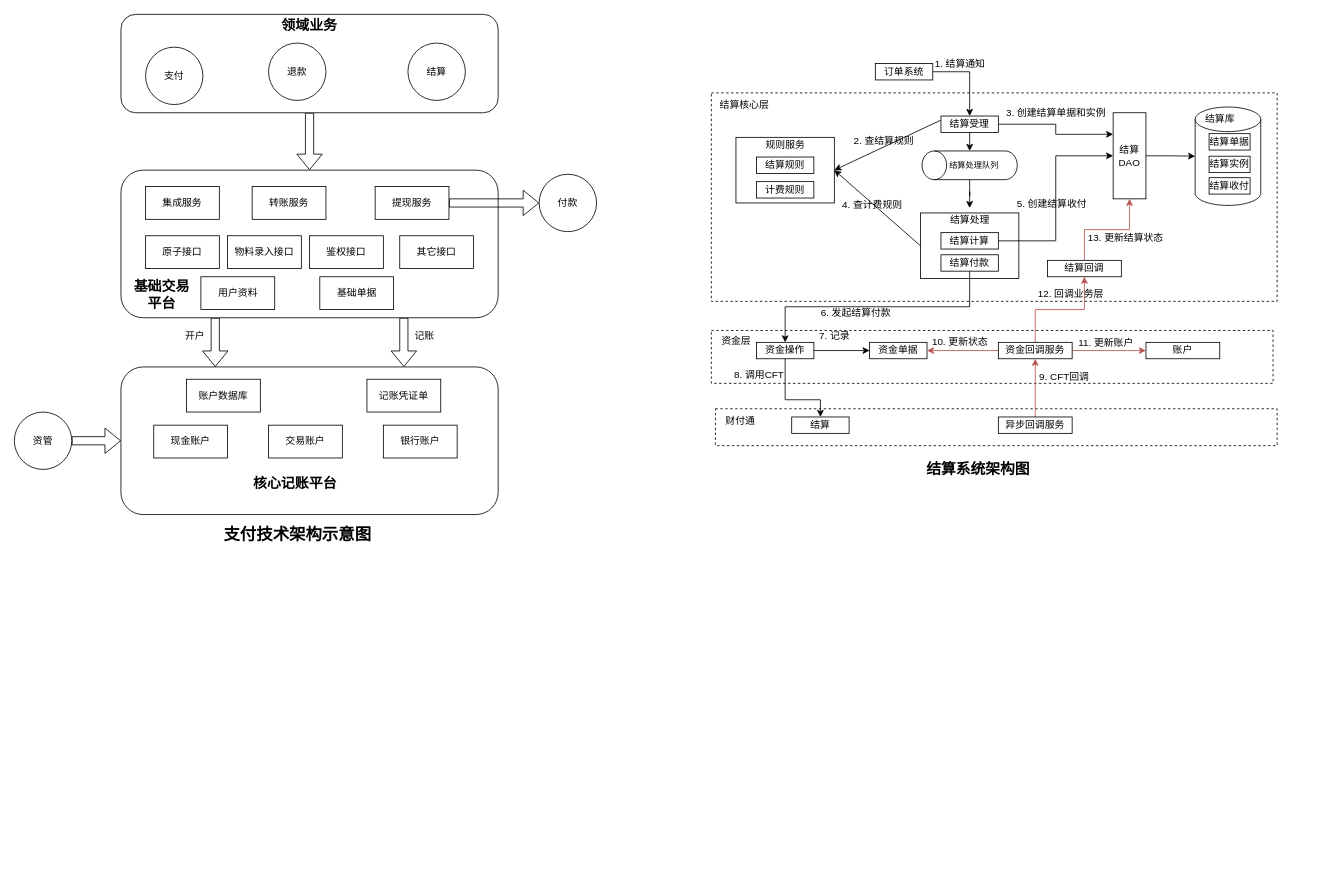
The draw.io diagram 支付领域.drawio in zhufuyin/draw, before the edit. Source tidied: cells renumbered, new cells numbered last; positions are measured from the earlier drawing's top-left corner, leaving out a move shared by most shapes. Both pictures are drawn from the tidied source at 82%, with x=0, y=0 at pixel (14, 14).
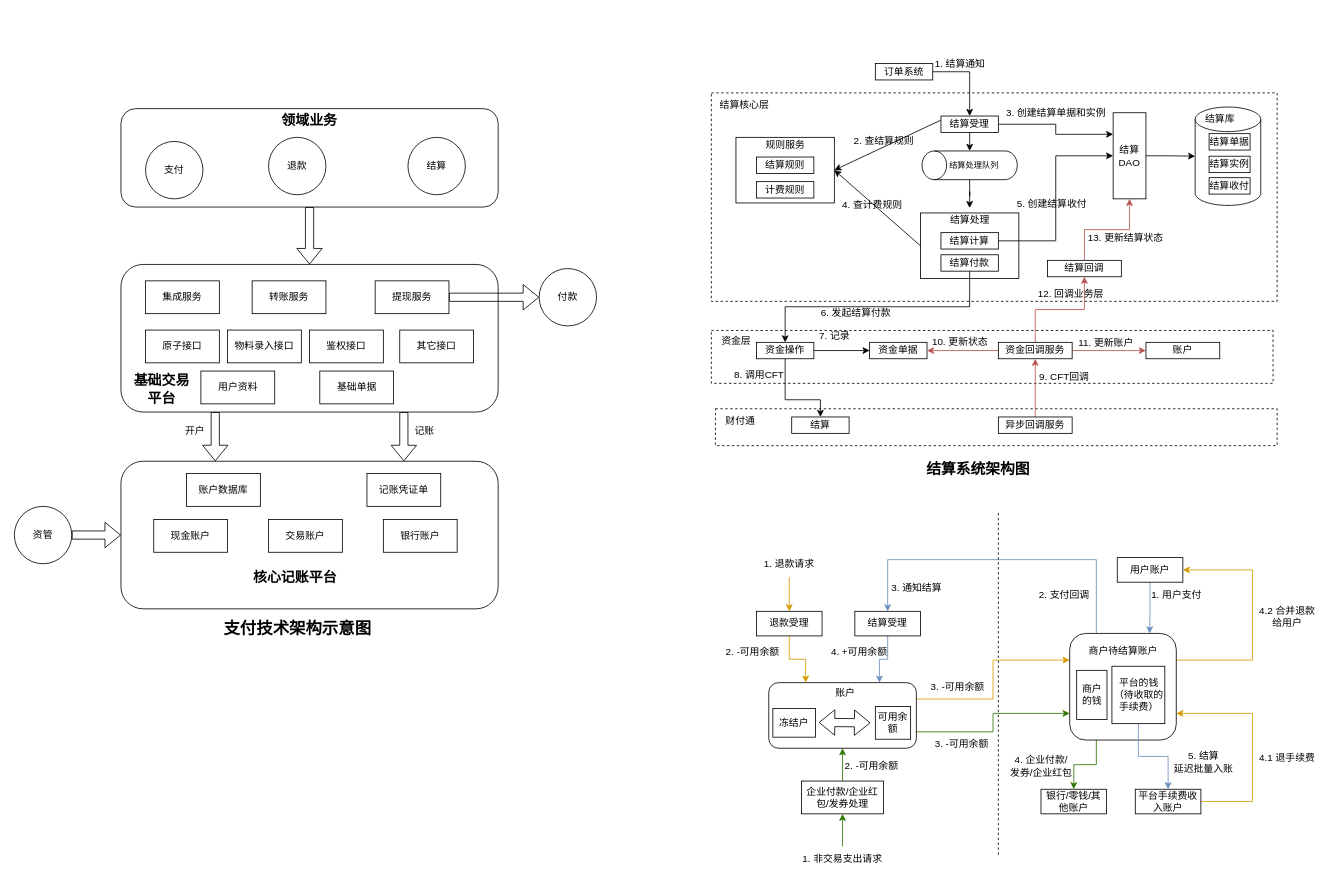
After the change.

Commit message (it also covers changes not shown here):
更新支付领域.drawio

The edit, as a diff of the source:
```diff
@@
     <mxCell id="6" style="rounded=1;whiteSpace=wrap;html=1;" parent="1" vertex="1">
-      <mxGeometry x="130" width="460" height="120" as="geometry" />
+      <mxGeometry x="130" y="115" width="460" height="120" as="geometry" />
     </mxCell>
     <mxCell id="7" value="支付" style="ellipse;whiteSpace=wrap;html=1;" parent="1" vertex="1">
-      <mxGeometry x="160" y="40" width="70" height="70" as="geometry" />
+      <mxGeometry x="160" y="155" width="70" height="70" as="geometry" />
     </mxCell>
     <mxCell id="8" value="退款" style="ellipse;whiteSpace=wrap;html=1;" parent="1" vertex="1">
-      <mxGeometry x="310" y="35" width="70" height="70" as="geometry" />
+      <mxGeometry x="310" y="150" width="70" height="70" as="geometry" />
     </mxCell>
     <mxCell id="9" value="结算" style="ellipse;whiteSpace=wrap;html=1;" parent="1" vertex="1">
-      <mxGeometry x="480" y="35" width="70" height="70" as="geometry" />
+      <mxGeometry x="480" y="150" width="70" height="70" as="geometry" />
     </mxCell>
@@
     <mxCell id="12" style="rounded=1;whiteSpace=wrap;html=1;" parent="1" vertex="1">
-      <mxGeometry x="130" y="190" width="460" height="180" as="geometry" />
+      <mxGeometry x="130" y="305" width="460" height="180" as="geometry" />
     </mxCell>
     <mxCell id="13" value="集成服务" style="rounded=0;whiteSpace=wrap;html=1;" parent="1" vertex="1">
-      <mxGeometry x="160" y="210" width="90" height="40" as="geometry" />
+      <mxGeometry x="160" y="325" width="90" height="40" as="geometry" />
     </mxCell>
     <mxCell id="14" value="转账服务" style="rounded=0;whiteSpace=wrap;html=1;" parent="1" vertex="1">
-      <mxGeometry x="290" y="210" width="90" height="40" as="geometry" />
+      <mxGeometry x="290" y="325" width="90" height="40" as="geometry" />
     </mxCell>
@@
     <mxCell id="16" value="提现服务" style="rounded=0;whiteSpace=wrap;html=1;" parent="1" vertex="1">
-      <mxGeometry x="440" y="210" width="90" height="40" as="geometry" />
+      <mxGeometry x="440" y="325" width="90" height="40" as="geometry" />
     </mxCell>
     <mxCell id="17" value="原子接口" style="rounded=0;whiteSpace=wrap;html=1;" parent="1" vertex="1">
-      <mxGeometry x="160" y="270" width="90" height="40" as="geometry" />
+      <mxGeometry x="160" y="385" width="90" height="40" as="geometry" />
     </mxCell>
     <mxCell id="18" value="物料录入接口" style="rounded=0;whiteSpace=wrap;html=1;" parent="1" vertex="1">
-      <mxGeometry x="260" y="270" width="90" height="40" as="geometry" />
+      <mxGeometry x="260" y="385" width="90" height="40" as="geometry" />
     </mxCell>
     <mxCell id="19" value="鉴权接口" style="rounded=0;whiteSpace=wrap;html=1;" parent="1" vertex="1">
-      <mxGeometry x="360" y="270" width="90" height="40" as="geometry" />
+      <mxGeometry x="360" y="385" width="90" height="40" as="geometry" />
     </mxCell>
     <mxCell id="20" value="其它接口" style="rounded=0;whiteSpace=wrap;html=1;" parent="1" vertex="1">
-      <mxGeometry x="470" y="270" width="90" height="40" as="geometry" />
+      <mxGeometry x="470" y="385" width="90" height="40" as="geometry" />
     </mxCell>
     <mxCell id="21" value="用户资料" style="rounded=0;whiteSpace=wrap;html=1;" parent="1" vertex="1">
-      <mxGeometry x="227.5" y="320" width="90" height="40" as="geometry" />
+      <mxGeometry x="227.5" y="435" width="90" height="40" as="geometry" />
     </mxCell>
     <mxCell id="22" value="基础单据" style="rounded=0;whiteSpace=wrap;html=1;" parent="1" vertex="1">
-      <mxGeometry x="372.5" y="320" width="90" height="40" as="geometry" />
+      <mxGeometry x="372.5" y="435" width="90" height="40" as="geometry" />
     </mxCell>
     <mxCell id="23" style="rounded=1;whiteSpace=wrap;html=1;" parent="1" vertex="1">
-      <mxGeometry x="130" y="430" width="460" height="180" as="geometry" />
+      <mxGeometry x="130" y="545" width="460" height="180" as="geometry" />
     </mxCell>
     <mxCell id="24" value="账户数据库" style="rounded=0;whiteSpace=wrap;html=1;" parent="1" vertex="1">
-      <mxGeometry x="210" y="445" width="90" height="40" as="geometry" />
+      <mxGeometry x="210" y="560" width="90" height="40" as="geometry" />
     </mxCell>
     <mxCell id="25" value="记账凭证单" style="rounded=0;whiteSpace=wrap;html=1;" parent="1" vertex="1">
-      <mxGeometry x="430" y="445" width="90" height="40" as="geometry" />
+      <mxGeometry x="430" y="560" width="90" height="40" as="geometry" />
     </mxCell>
     <mxCell id="26" value="现金账户" style="rounded=0;whiteSpace=wrap;html=1;" parent="1" vertex="1">
-      <mxGeometry x="170" y="501" width="90" height="40" as="geometry" />
+      <mxGeometry x="170" y="616" width="90" height="40" as="geometry" />
     </mxCell>
     <mxCell id="27" value="交易账户" style="rounded=0;whiteSpace=wrap;html=1;" parent="1" vertex="1">
-      <mxGeometry x="310" y="501" width="90" height="40" as="geometry" />
+      <mxGeometry x="310" y="616" width="90" height="40" as="geometry" />
     </mxCell>
     <mxCell id="28" value="银行账户" style="rounded=0;whiteSpace=wrap;html=1;" parent="1" vertex="1">
-      <mxGeometry x="450" y="501" width="90" height="40" as="geometry" />
+      <mxGeometry x="450" y="616" width="90" height="40" as="geometry" />
     </mxCell>
     <mxCell id="29" value="&lt;b&gt;&lt;font style=&quot;font-size: 17px;&quot;&gt;领域业务&lt;/font&gt;&lt;/b&gt;" style="text;html=1;align=center;verticalAlign=middle;whiteSpace=wrap;rounded=0;" parent="1" vertex="1">
-      <mxGeometry x="315" width="90" height="30" as="geometry" />
+      <mxGeometry x="315" y="115" width="90" height="30" as="geometry" />
     </mxCell>
     <mxCell id="30" value="开户" style="text;html=1;align=center;verticalAlign=middle;strokeColor=none;fillColor=none;" parent="1" vertex="1">
-      <mxGeometry x="195" y="378" width="50" height="30" as="geometry" />
+      <mxGeometry x="195" y="493" width="50" height="30" as="geometry" />
     </mxCell>
     <mxCell id="31" value="记账" style="text;html=1;align=center;verticalAlign=middle;strokeColor=none;fillColor=none;" parent="1" vertex="1">
-      <mxGeometry x="475" y="378" width="50" height="30" as="geometry" />
+      <mxGeometry x="475" y="493" width="50" height="30" as="geometry" />
     </mxCell>
     <mxCell id="32" value="&lt;b&gt;&lt;font style=&quot;font-size: 17px;&quot;&gt;基础交易平台&lt;/font&gt;&lt;/b&gt;" style="text;html=1;align=center;verticalAlign=middle;whiteSpace=wrap;rounded=0;" parent="1" vertex="1">
-      <mxGeometry x="140" y="320" width="80" height="45" as="geometry" />
+      <mxGeometry x="140" y="435" width="80" height="45" as="geometry" />
     </mxCell>
     <mxCell id="33" value="&lt;b&gt;&lt;font style=&quot;font-size: 17px;&quot;&gt;核心记账平台&lt;/font&gt;&lt;/b&gt;" style="text;html=1;align=center;verticalAlign=middle;whiteSpace=wrap;rounded=0;" parent="1" vertex="1">
-      <mxGeometry x="265" y="550" width="155" height="45" as="geometry" />
+      <mxGeometry x="265" y="665" width="155" height="45" as="geometry" />
     </mxCell>
@@
     <mxCell id="35" value="资管" style="ellipse;whiteSpace=wrap;html=1;" parent="1" vertex="1">
-      <mxGeometry y="485" width="70" height="70" as="geometry" />
+      <mxGeometry y="600" width="70" height="70" as="geometry" />
     </mxCell>
     <mxCell id="36" value="付款" style="ellipse;whiteSpace=wrap;html=1;" parent="1" vertex="1">
-      <mxGeometry x="640" y="195" width="70" height="70" as="geometry" />
+      <mxGeometry x="640" y="310" width="70" height="70" as="geometry" />
     </mxCell>
     <mxCell id="37" value="&lt;b&gt;&lt;font style=&quot;font-size: 20px;&quot;&gt;支付技术架构示意图&lt;/font&gt;&lt;/b&gt;" style="text;html=1;align=center;verticalAlign=middle;strokeColor=none;fillColor=none;" parent="1" vertex="1">
-      <mxGeometry x="245" y="613" width="200" height="40" as="geometry" />
+      <mxGeometry x="245" y="728" width="200" height="40" as="geometry" />
     </mxCell>
@@
+    <mxCell id="96" style="edgeStyle=orthogonalEdgeStyle;rounded=0;jettySize=auto;html=1;exitX=0.25;exitY=1;exitDx=0;exitDy=0;entryX=0.5;entryY=0;entryDx=0;entryDy=0;fillColor=#60a917;strokeColor=#2D7600;" parent="1" edge="1" source="99" target="117">
+      <mxGeometry relative="1" as="geometry" />
+    </mxCell>
+    <mxCell id="97" style="edgeStyle=orthogonalEdgeStyle;rounded=0;jettySize=auto;html=1;exitX=1;exitY=0.25;exitDx=0;exitDy=0;entryX=1;entryY=0.5;entryDx=0;entryDy=0;fillColor=#ffe6cc;strokeColor=#d79b00;" parent="1" edge="1" source="99" target="104">
+      <mxGeometry relative="1" as="geometry">
+        <Array as="points">
+          <mxPoint x="1510" y="788" />
+          <mxPoint x="1510" y="678" />
+        </Array>
+      </mxGeometry>
+    </mxCell>
+    <mxCell id="98" style="edgeStyle=orthogonalEdgeStyle;rounded=0;jettySize=auto;html=1;exitX=0.25;exitY=0;exitDx=0;exitDy=0;entryX=0.5;entryY=0;entryDx=0;entryDy=0;fillColor=#dae8fc;strokeColor=#6c8ebf;" parent="1" edge="1" source="99" target="127">
+      <mxGeometry relative="1" as="geometry">
+        <Array as="points">
+          <mxPoint x="1320" y="665" />
+          <mxPoint x="1065" y="665" />
+        </Array>
+      </mxGeometry>
+    </mxCell>
+    <mxCell id="99" style="rounded=1;whiteSpace=wrap;html=1;" parent="1" vertex="1">
+      <mxGeometry x="1287" y="755" width="130" height="130" as="geometry" />
+    </mxCell>
+    <mxCell id="100" value="商户&lt;div&gt;的钱&lt;/div&gt;" style="rounded=0;whiteSpace=wrap;html=1;" parent="1" vertex="1">
+      <mxGeometry x="1295.5" y="800" width="37" height="60" as="geometry" />
+    </mxCell>
+    <mxCell id="101" style="edgeStyle=orthogonalEdgeStyle;rounded=0;jettySize=auto;html=1;exitX=0.5;exitY=1;exitDx=0;exitDy=0;entryX=0.5;entryY=0;entryDx=0;entryDy=0;fillColor=#dae8fc;strokeColor=#6c8ebf;" parent="1" edge="1" source="102" target="106">
+      <mxGeometry relative="1" as="geometry" />
+    </mxCell>
+    <mxCell id="102" value="平台的钱（待收取的手续费）" style="rounded=0;whiteSpace=wrap;html=1;" parent="1" vertex="1">
+      <mxGeometry x="1338.5" y="795" width="64.5" height="70" as="geometry" />
+    </mxCell>
+    <mxCell id="103" style="edgeStyle=orthogonalEdgeStyle;rounded=0;jettySize=auto;html=1;exitX=0.5;exitY=1;exitDx=0;exitDy=0;entryX=0.75;entryY=0;entryDx=0;entryDy=0;fillColor=#dae8fc;strokeColor=#6c8ebf;" parent="1" edge="1" source="104" target="99">
+      <mxGeometry relative="1" as="geometry" />
+    </mxCell>
+    <mxCell id="104" value="用户账户" style="whiteSpace=wrap;html=1;" parent="1" vertex="1">
+      <mxGeometry x="1345" y="662.5" width="80" height="30" as="geometry" />
+    </mxCell>
+    <mxCell id="105" style="edgeStyle=orthogonalEdgeStyle;rounded=0;jettySize=auto;html=1;exitX=1;exitY=0.5;exitDx=0;exitDy=0;entryX=1;entryY=0.75;entryDx=0;entryDy=0;fillColor=#ffe6cc;strokeColor=#d79b00;" parent="1" edge="1" source="106" target="99">
+      <mxGeometry relative="1" as="geometry">
+        <Array as="points">
+          <mxPoint x="1510" y="960" />
+          <mxPoint x="1510" y="853" />
+        </Array>
+      </mxGeometry>
+    </mxCell>
+    <mxCell id="106" value="平台手续费收入账户" style="whiteSpace=wrap;html=1;" parent="1" vertex="1">
+      <mxGeometry x="1367" y="945" width="80" height="30" as="geometry" />
+    </mxCell>
+    <mxCell id="107" style="edgeStyle=orthogonalEdgeStyle;rounded=0;jettySize=auto;html=1;exitX=1;exitY=0.75;exitDx=0;exitDy=0;entryX=0;entryY=0.75;entryDx=0;entryDy=0;fillColor=#60a917;strokeColor=#2D7600;" parent="1" edge="1" source="109" target="99">
+      <mxGeometry relative="1" as="geometry" />
+    </mxCell>
+    <mxCell id="108" style="edgeStyle=orthogonalEdgeStyle;rounded=0;jettySize=auto;html=1;exitX=1;exitY=0.25;exitDx=0;exitDy=0;entryX=0;entryY=0.25;entryDx=0;entryDy=0;fillColor=#ffe6cc;strokeColor=#d79b00;" parent="1" edge="1" source="109" target="99">
+      <mxGeometry relative="1" as="geometry" />
+    </mxCell>
+    <mxCell id="109" style="rounded=1;whiteSpace=wrap;html=1;" parent="1" vertex="1">
+      <mxGeometry x="920" y="815" width="180" height="80" as="geometry" />
+    </mxCell>
+    <mxCell id="110" value="冻结户" style="rounded=0;whiteSpace=wrap;html=1;" parent="1" vertex="1">
+      <mxGeometry x="925" y="846.5" width="52" height="35" as="geometry" />
+    </mxCell>
+    <mxCell id="111" value="可用余额" style="rounded=0;whiteSpace=wrap;html=1;" parent="1" vertex="1">
+      <mxGeometry x="1050" y="844" width="43" height="40" as="geometry" />
+    </mxCell>
+    <mxCell id="112" style="shape=flexArrow;endArrow=classic;startArrow=classic;html=1;rounded=0;" parent="1" edge="1">
+      <mxGeometry relative="1" as="geometry">
+        <mxPoint x="981" y="863.5" as="sourcePoint" />
+        <mxPoint x="1044" y="864" as="targetPoint" />
+      </mxGeometry>
+    </mxCell>
+    <mxCell id="113" style="edgeStyle=orthogonalEdgeStyle;rounded=0;jettySize=auto;html=1;exitX=0.5;exitY=0;exitDx=0;exitDy=0;fillColor=#60a917;strokeColor=#2D7600;" parent="1" edge="1" source="114" target="109">
+      <mxGeometry relative="1" as="geometry" />
+    </mxCell>
+    <mxCell id="114" value="企业付款/企业红包/发券处理" style="whiteSpace=wrap;html=1;" parent="1" vertex="1">
+      <mxGeometry x="960" y="935" width="100" height="40" as="geometry" />
+    </mxCell>
+    <mxCell id="115" style="edgeStyle=orthogonalEdgeStyle;rounded=0;jettySize=auto;html=1;exitX=0.5;exitY=0;exitDx=0;exitDy=0;entryX=0.5;entryY=1;entryDx=0;entryDy=0;fillColor=#60a917;strokeColor=#2D7600;" parent="1" edge="1" source="116" target="114">
+      <mxGeometry relative="1" as="geometry" />
+    </mxCell>
+    <mxCell id="116" value="&lt;span style=&quot;text-wrap: nowrap;&quot;&gt;1. 非交易支出请求&lt;/span&gt;" style="whiteSpace=wrap;html=1;strokeColor=none;" parent="1" vertex="1">
+      <mxGeometry x="950" y="1015" width="120" height="30" as="geometry" />
+    </mxCell>
+    <mxCell id="117" value="银行/零钱/其他账户" style="whiteSpace=wrap;html=1;" parent="1" vertex="1">
+      <mxGeometry x="1252" y="945" width="80" height="30" as="geometry" />
+    </mxCell>
+    <mxCell id="118" value="2. -可用余额" style="text;html=1;align=center;verticalAlign=middle;strokeColor=none;fillColor=none;" parent="1" vertex="1">
+      <mxGeometry x="1000" y="902" width="90" height="30" as="geometry" />
+    </mxCell>
+    <mxCell id="119" value="3. -可用余额" style="text;html=1;align=center;verticalAlign=middle;strokeColor=none;fillColor=none;" parent="1" vertex="1">
+      <mxGeometry x="1110" y="875" width="90" height="30" as="geometry" />
+    </mxCell>
+    <mxCell id="120" value="4. 企业付款/&lt;div&gt;发券/企业红包&lt;/div&gt;" style="text;html=1;align=center;verticalAlign=middle;strokeColor=none;fillColor=none;" parent="1" vertex="1">
+      <mxGeometry x="1202" y="897" width="100" height="40" as="geometry" />
+    </mxCell>
+    <mxCell id="121" style="edgeStyle=orthogonalEdgeStyle;rounded=0;jettySize=auto;html=1;exitX=0.5;exitY=1;exitDx=0;exitDy=0;entryX=0.25;entryY=0;entryDx=0;entryDy=0;fillColor=#ffe6cc;strokeColor=#d79b00;" parent="1" edge="1" source="122" target="109">
+      <mxGeometry relative="1" as="geometry" />
+    </mxCell>
+    <mxCell id="122" value="退款受理" style="whiteSpace=wrap;html=1;" parent="1" vertex="1">
+      <mxGeometry x="905" y="728" width="80" height="30" as="geometry" />
+    </mxCell>
+    <mxCell id="123" style="edgeStyle=orthogonalEdgeStyle;rounded=0;jettySize=auto;html=1;exitX=0.5;exitY=1;exitDx=0;exitDy=0;fillColor=#ffe6cc;strokeColor=#d79b00;" parent="1" edge="1" source="124" target="122">
+      <mxGeometry relative="1" as="geometry" />
+    </mxCell>
+    <mxCell id="124" value="&lt;span style=&quot;text-wrap: nowrap;&quot;&gt;1. 退款请求&lt;/span&gt;" style="whiteSpace=wrap;html=1;strokeColor=none;" parent="1" vertex="1">
+      <mxGeometry x="902" y="656" width="86" height="30" as="geometry" />
+    </mxCell>
+    <mxCell id="125" value="2. -可用余额" style="text;html=1;align=center;verticalAlign=middle;strokeColor=none;fillColor=none;" parent="1" vertex="1">
+      <mxGeometry x="855" y="763" width="90" height="30" as="geometry" />
+    </mxCell>
+    <mxCell id="126" style="edgeStyle=orthogonalEdgeStyle;rounded=0;jettySize=auto;html=1;exitX=0.5;exitY=1;exitDx=0;exitDy=0;entryX=0.75;entryY=0;entryDx=0;entryDy=0;fillColor=#dae8fc;strokeColor=#6c8ebf;" parent="1" edge="1" source="127" target="109">
+      <mxGeometry relative="1" as="geometry" />
+    </mxCell>
+    <mxCell id="127" value="结算受理" style="whiteSpace=wrap;html=1;" parent="1" vertex="1">
+      <mxGeometry x="1025" y="728" width="80" height="30" as="geometry" />
+    </mxCell>
+    <mxCell id="128" value="4. +可用余额" style="text;html=1;align=center;verticalAlign=middle;strokeColor=none;fillColor=none;" parent="1" vertex="1">
+      <mxGeometry x="985" y="763" width="90" height="30" as="geometry" />
+    </mxCell>
+    <mxCell id="129" value="账户" style="text;html=1;align=center;verticalAlign=middle;strokeColor=none;fillColor=none;" parent="1" vertex="1">
+      <mxGeometry x="988" y="812.5" width="50" height="30" as="geometry" />
+    </mxCell>
+    <mxCell id="130" value="商户待结算账户" style="text;html=1;align=center;verticalAlign=middle;strokeColor=none;fillColor=none;" parent="1" vertex="1">
+      <mxGeometry x="1297" y="762" width="110" height="30" as="geometry" />
+    </mxCell>
+    <mxCell id="131" value="3. -可用余额" style="text;html=1;align=center;verticalAlign=middle;strokeColor=none;fillColor=none;" parent="1" vertex="1">
+      <mxGeometry x="1105" y="805" width="90" height="30" as="geometry" />
+    </mxCell>
+    <mxCell id="132" value="5. 结算&lt;div&gt;延迟批量入账&lt;/div&gt;" style="text;html=1;align=center;verticalAlign=middle;strokeColor=none;fillColor=none;" parent="1" vertex="1">
+      <mxGeometry x="1400" y="892" width="100" height="40" as="geometry" />
+    </mxCell>
+    <mxCell id="133" value="1. 用户支付" style="text;html=1;align=center;verticalAlign=middle;strokeColor=none;fillColor=none;" parent="1" vertex="1">
+      <mxGeometry x="1377" y="692.5" width="80" height="30" as="geometry" />
+    </mxCell>
+    <mxCell id="134" value="4.2 合并退款&lt;div&gt;给用户&lt;/div&gt;" style="text;html=1;align=center;verticalAlign=middle;strokeColor=none;fillColor=none;" parent="1" vertex="1">
+      <mxGeometry x="1507" y="715" width="90" height="40" as="geometry" />
+    </mxCell>
+    <mxCell id="135" value="4.1 退手续费" style="text;html=1;align=center;verticalAlign=middle;strokeColor=none;fillColor=none;" parent="1" vertex="1">
+      <mxGeometry x="1507" y="892" width="90" height="30" as="geometry" />
+    </mxCell>
+    <mxCell id="136" value="2. 支付回调" style="text;html=1;align=center;verticalAlign=middle;strokeColor=none;fillColor=none;" parent="1" vertex="1">
+      <mxGeometry x="1240" y="693" width="80" height="30" as="geometry" />
+    </mxCell>
+    <mxCell id="137" value="3. 通知结算" style="text;html=1;align=center;verticalAlign=middle;strokeColor=none;fillColor=none;" parent="1" vertex="1">
+      <mxGeometry x="1060" y="685" width="80" height="30" as="geometry" />
+    </mxCell>
+    <mxCell id="138" style="endArrow=none;html=1;rounded=0;dashed=1;" parent="1" edge="1">
+      <mxGeometry relative="1" as="geometry">
+        <mxPoint x="1200" y="1025" as="sourcePoint" />
+        <mxPoint x="1200" y="605" as="targetPoint" />
+      </mxGeometry>
+    </mxCell>
```
